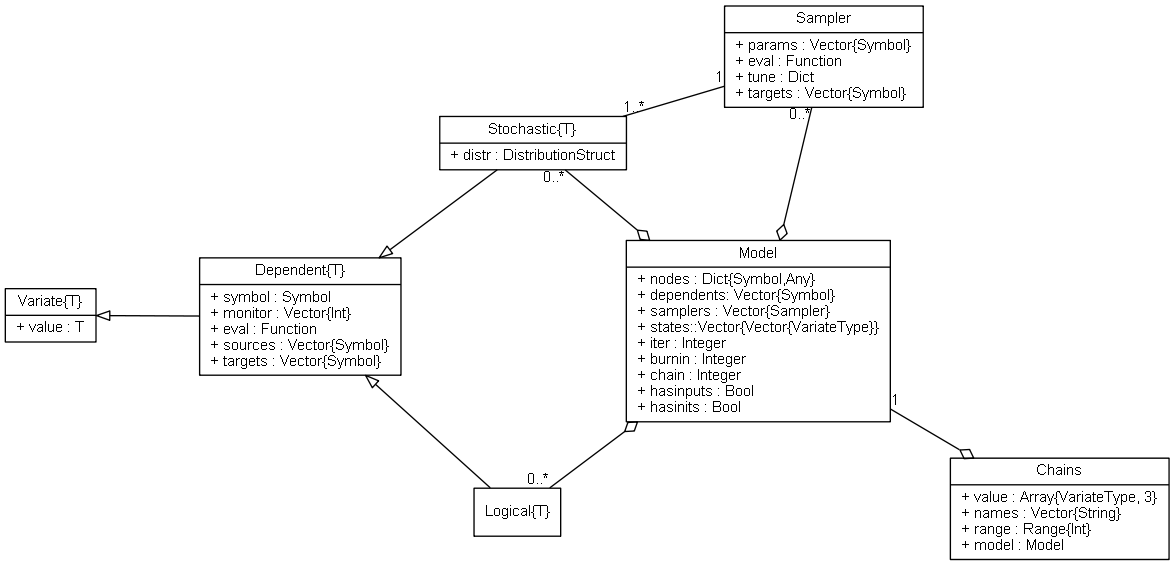
brian-j-smith/Mamba.jl keeps this Graphviz diagram as doc/images/mcmcUML.png. Above is the earlier version. Its source is kept beside it as doc/images/mcmcUML.dot.
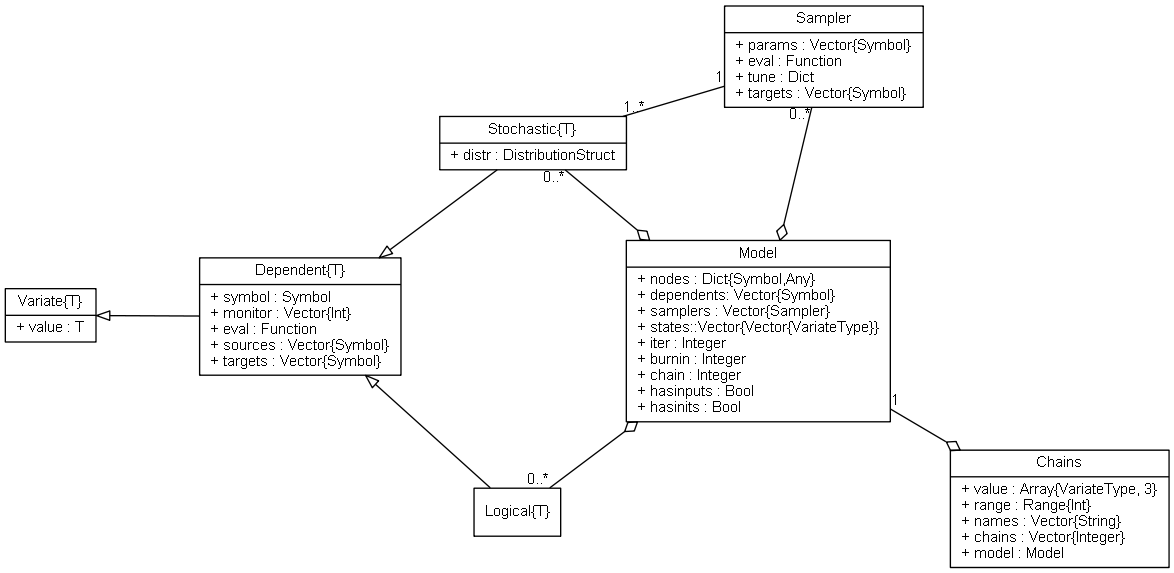
After the commit.

Commit message:
Add chains field to Chains type.

The edit, as a diff of the source:
```diff
@@ -20,7 +20,7 @@
 
 	Model [label = "{Model|+ nodes : Dict\{Symbol,Any\}\l+ dependents: Vector\{Symbol\}\l+ samplers : Vector\{Sampler\}\l+ states::Vector\{Vector\{VariateType\}\}\l+ iter : Integer\l+ burnin : Integer\l+ chain : Integer\l+ hasinputs : Bool\l+ hasinits : Bool\l}"]
 
-	Chains [label = "{Chains|+ value : Array\{VariateType, 3\}\l+ names : Vector\{String\}\l+ range : Range\{Int\}\l+ model : Model\l}"]
+	Chains [label = "{Chains|+ value : Array\{VariateType, 3\}\l+ range : Range\{Int\}\l+ names : Vector\{String\}\l+ chains : Vector\{Integer\}\l+ model : Model\l}"]
 
 	Dependent -- Variate[len = 0.9, arrowhead = empty]
 	Logical -- Dependent[arrowhead = empty]
```
